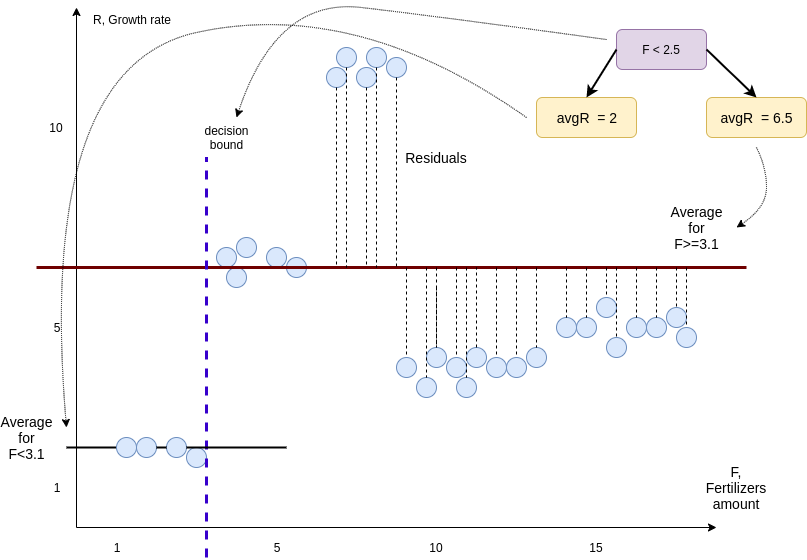
This is assets/img/notes/decision_tree_explanation_4.png from tosterius/tosterius, a draw.io export, as it was before one commit. Source tidied: cells renumbered, new cells last; positions are measured from the earlier drawing's top-left corner, leaving out a move shared by most shapes.
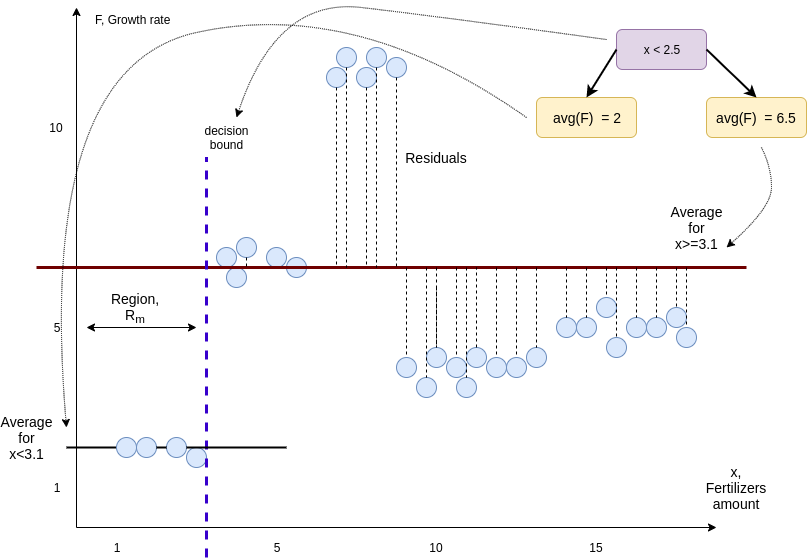
Later version of the same file.

Change to the diagram source:
```diff
@@ -244,13 +244,13 @@
     <mxCell id="63" value="&lt;font style=&quot;font-size: 14px&quot;&gt;Residuals&lt;/font&gt;" style="text;html=1;strokeColor=none;fillColor=none;align=center;verticalAlign=middle;whiteSpace=wrap;rounded=0;strokeWidth=1;" parent="1" vertex="1">
       <mxGeometry x="410" y="150" width="40" height="20" as="geometry" />
     </mxCell>
-    <mxCell id="64" value="&lt;font style=&quot;font-size: 14px&quot;&gt;Average for F&amp;gt;=3.1&lt;br&gt;&lt;/font&gt;" style="text;html=1;strokeColor=none;fillColor=none;align=center;verticalAlign=middle;whiteSpace=wrap;rounded=0;" parent="1" vertex="1">
+    <mxCell id="64" value="&lt;font style=&quot;font-size: 14px&quot;&gt;Average for x&amp;gt;=3.1&lt;br&gt;&lt;/font&gt;" style="text;html=1;strokeColor=none;fillColor=none;align=center;verticalAlign=middle;whiteSpace=wrap;rounded=0;" parent="1" vertex="1">
       <mxGeometry x="670" y="220" width="40" height="20" as="geometry" />
     </mxCell>
-    <mxCell id="65" value="&lt;font style=&quot;font-size: 14px&quot;&gt;F, Fertilizers amount&lt;/font&gt;" style="text;html=1;strokeColor=none;fillColor=none;align=center;verticalAlign=middle;whiteSpace=wrap;rounded=0;" parent="1" vertex="1">
+    <mxCell id="65" value="&lt;font style=&quot;font-size: 14px&quot;&gt;x, Fertilizers amount&lt;/font&gt;" style="text;html=1;strokeColor=none;fillColor=none;align=center;verticalAlign=middle;whiteSpace=wrap;rounded=0;" parent="1" vertex="1">
       <mxGeometry x="710" y="480" width="40" height="20" as="geometry" />
     </mxCell>
-    <mxCell id="66" value="R, Growth rate" style="text;html=1;align=center;verticalAlign=middle;" parent="1" vertex="1">
+    <mxCell id="66" value="F, Growth rate" style="text;html=1;align=center;verticalAlign=middle;" parent="1" vertex="1">
       <mxGeometry x="81" y="12" width="90" height="20" as="geometry" />
     </mxCell>
     <mxCell id="67" style="endArrow=none;dashed=1;html=1;strokeWidth=3;fillColor=#6a00ff;strokeColor=#3700CC;" parent="1" edge="1">
@@ -259,13 +259,13 @@
         <mxPoint x="200" y="160" as="targetPoint" />
       </mxGeometry>
     </mxCell>
-    <mxCell id="68" value="&lt;font style=&quot;font-size: 14px&quot;&gt;avgR&amp;nbsp; = 2&lt;/font&gt;" style="rounded=1;whiteSpace=wrap;html=1;fillColor=#fff2cc;strokeColor=#d6b656;" parent="1" vertex="1">
+    <mxCell id="68" value="&lt;font style=&quot;font-size: 14px&quot;&gt;avg(F)&amp;nbsp; = 2&lt;/font&gt;" style="rounded=1;whiteSpace=wrap;html=1;fillColor=#fff2cc;strokeColor=#d6b656;" parent="1" vertex="1">
       <mxGeometry x="530" y="100" width="100" height="40" as="geometry" />
     </mxCell>
-    <mxCell id="69" value="&lt;font style=&quot;font-size: 14px&quot;&gt;avgR&amp;nbsp; = 6.5&lt;/font&gt;" style="rounded=1;whiteSpace=wrap;html=1;fillColor=#fff2cc;strokeColor=#d6b656;" parent="1" vertex="1">
+    <mxCell id="69" value="&lt;font style=&quot;font-size: 14px&quot;&gt;avg(F)&amp;nbsp; = 6.5&lt;/font&gt;" style="rounded=1;whiteSpace=wrap;html=1;fillColor=#fff2cc;strokeColor=#d6b656;" parent="1" vertex="1">
       <mxGeometry x="700" y="100" width="100" height="40" as="geometry" />
     </mxCell>
-    <mxCell id="70" value="&lt;span style=&quot;white-space: normal&quot;&gt;F &amp;lt; 2.5&lt;br&gt;&lt;/span&gt;" style="rounded=1;whiteSpace=wrap;html=1;fillColor=#e1d5e7;strokeColor=#9673a6;" parent="1" vertex="1">
+    <mxCell id="70" value="&lt;span style=&quot;white-space: normal&quot;&gt;x &amp;lt; 2.5&lt;br&gt;&lt;/span&gt;" style="rounded=1;whiteSpace=wrap;html=1;fillColor=#e1d5e7;strokeColor=#9673a6;" parent="1" vertex="1">
       <mxGeometry x="610" y="32" width="90" height="40" as="geometry" />
     </mxCell>
     <mxCell id="71" style="endArrow=classic;html=1;strokeWidth=2;entryX=0.5;entryY=0;entryDx=0;entryDy=0;exitX=0;exitY=0.5;exitDx=0;exitDy=0;" parent="1" edge="1" source="70" target="68">
@@ -281,11 +281,11 @@
     </mxCell>
     <mxCell id="74" style="curved=1;endArrow=classic;html=1;strokeWidth=1;dashed=1;dashPattern=1 1;" parent="1" edge="1">
       <mxGeometry relative="1" as="geometry">
-        <mxPoint x="750" y="150" as="sourcePoint" />
-        <mxPoint x="730" y="230" as="targetPoint" />
+        <mxPoint x="755" y="150" as="sourcePoint" />
+        <mxPoint x="720" y="250" as="targetPoint" />
         <Array as="points">
-          <mxPoint x="760" y="170" />
-          <mxPoint x="760" y="210" />
+          <mxPoint x="765" y="170" />
+          <mxPoint x="765" y="210" />
         </Array>
       </mxGeometry>
     </mxCell>
@@ -299,7 +299,7 @@
         </Array>
       </mxGeometry>
     </mxCell>
-    <mxCell id="76" value="&lt;font style=&quot;font-size: 14px&quot;&gt;Average for F&amp;lt;3.1&lt;br&gt;&lt;/font&gt;" style="text;html=1;strokeColor=none;fillColor=none;align=center;verticalAlign=middle;whiteSpace=wrap;rounded=0;" parent="1" vertex="1">
+    <mxCell id="76" value="&lt;font style=&quot;font-size: 14px&quot;&gt;Average for x&amp;lt;3.1&lt;br&gt;&lt;/font&gt;" style="text;html=1;strokeColor=none;fillColor=none;align=center;verticalAlign=middle;whiteSpace=wrap;rounded=0;" parent="1" vertex="1">
       <mxGeometry y="430" width="40" height="20" as="geometry" />
     </mxCell>
     <mxCell id="77" value="decision bound&lt;br&gt;" style="text;html=1;strokeColor=none;fillColor=none;align=center;verticalAlign=middle;whiteSpace=wrap;rounded=0;" parent="1" vertex="1">
@@ -338,5 +338,19 @@
     <mxCell id="85" style="endArrow=none;html=1;strokeWidth=2;" parent="1" edge="1" source="82" target="84">
       <mxGeometry relative="1" as="geometry" />
     </mxCell>
+    <mxCell id="86" value="&lt;font style=&quot;font-size: 14px&quot;&gt;Region, R&lt;sub&gt;m&lt;/sub&gt;&lt;/font&gt;" style="text;html=1;strokeColor=none;fillColor=none;align=center;verticalAlign=middle;whiteSpace=wrap;rounded=0;" parent="1" vertex="1">
+      <mxGeometry x="99" y="300" width="60" height="20" as="geometry" />
+    </mxCell>
+    <mxCell id="87" style="endArrow=classic;startArrow=classic;html=1;" parent="1" edge="1">
+      <mxGeometry relative="1" as="geometry">
+        <mxPoint x="80" y="330" as="sourcePoint" />
+        <mxPoint x="190" y="330" as="targetPoint" />
+      </mxGeometry>
+    </mxCell>
+    <mxCell id="88" style="endArrow=none;dashed=1;html=1;exitX=0.5;exitY=1;exitDx=0;exitDy=0;" parent="1" edge="1" source="6">
+      <mxGeometry relative="1" as="geometry">
+        <mxPoint x="240" y="270" as="targetPoint" />
+      </mxGeometry>
+    </mxCell>
   </root>
 </mxGraphModel>
```
